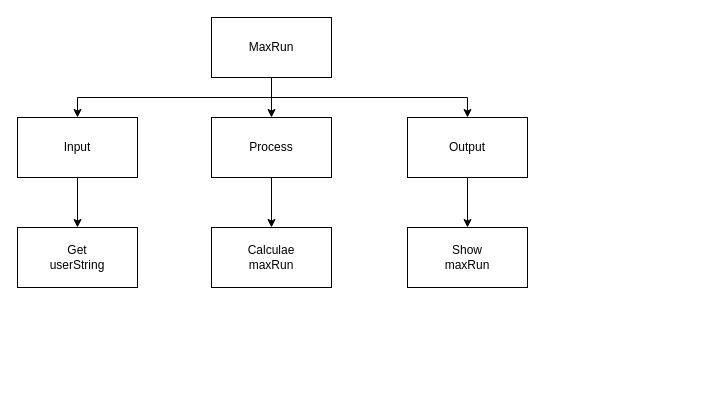
Earlier version of the draw.io diagram design/topdwon.drawio (Curtis-Edwards/ICS4U-Assignment-2-Typescript). Source tidied: cells renumbered, new cells numbered last; positions are measured from the earlier drawing's top-left corner, leaving out a move shared by most shapes. Both pictures are drawn from the tidied source at 100%, with x=0, y=0 at pixel (17, 17).
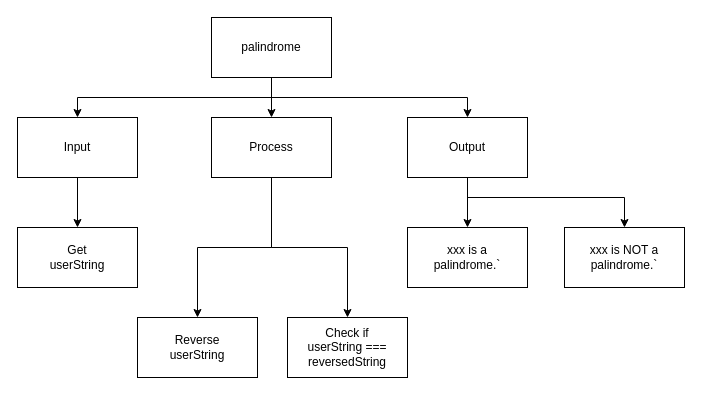
After the change.

The change refers to these unchanged cells:
```xml
<mxCell id="9" value="Process" style="rounded=0;whiteSpace=wrap;html=1;" parent="1" vertex="1">
  <mxGeometry x="194" y="100" width="120" height="60" as="geometry" />
</mxCell>
<mxCell id="11" value="Output" style="rounded=0;whiteSpace=wrap;html=1;" parent="1" vertex="1">
  <mxGeometry x="390" y="100" width="120" height="60" as="geometry" />
</mxCell>
```

The edit, as a diff of the source:
```diff
@@
-    <mxCell id="5" value="MaxRun" style="rounded=0;whiteSpace=wrap;html=1;" parent="1" vertex="1">
+    <mxCell id="5" value="palindrome" style="rounded=0;whiteSpace=wrap;html=1;" parent="1" vertex="1">
       <mxGeometry x="194" width="120" height="60" as="geometry" />
     </mxCell>
@@
+    <mxCell id="15" style="edgeStyle=orthogonalEdgeStyle;html=1;entryX=0.5;entryY=0;entryDx=0;entryDy=0;rounded=0;" parent="1" edge="1" source="9" target="17">
+      <mxGeometry relative="1" as="geometry" />
+    </mxCell>
@@
+    <mxCell id="16" style="edgeStyle=orthogonalEdgeStyle;rounded=0;html=1;entryX=0.5;entryY=0;entryDx=0;entryDy=0;" parent="1" edge="1" source="11" target="18">
+      <mxGeometry relative="1" as="geometry">
+        <Array as="points">
+          <mxPoint x="450" y="180" />
+          <mxPoint x="607" y="180" />
+        </Array>
+      </mxGeometry>
+    </mxCell>
@@
-    <mxCell id="13" value="Calculae&lt;br&gt;maxRun" style="rounded=0;whiteSpace=wrap;html=1;" parent="1" vertex="1">
-      <mxGeometry x="194" y="210" width="120" height="60" as="geometry" />
+    <mxCell id="13" value="Check if&lt;br&gt;userString === reversedString" style="rounded=0;whiteSpace=wrap;html=1;" parent="1" vertex="1">
+      <mxGeometry x="270" y="300" width="120" height="60" as="geometry" />
     </mxCell>
-    <mxCell id="14" value="Show&lt;br&gt;maxRun" style="rounded=0;whiteSpace=wrap;html=1;" parent="1" vertex="1">
+    <mxCell id="14" value="xxx is a&lt;br&gt;palindrome.`" style="rounded=0;whiteSpace=wrap;html=1;" parent="1" vertex="1">
       <mxGeometry x="390" y="210" width="120" height="60" as="geometry" />
     </mxCell>
+    <mxCell id="17" value="Reverse&lt;br&gt;userString" style="rounded=0;whiteSpace=wrap;html=1;" parent="1" vertex="1">
+      <mxGeometry x="120" y="300" width="120" height="60" as="geometry" />
+    </mxCell>
+    <mxCell id="18" value="xxx is NOT a palindrome.`" style="rounded=0;whiteSpace=wrap;html=1;" parent="1" vertex="1">
+      <mxGeometry x="547" y="210" width="120" height="60" as="geometry" />
+    </mxCell>
```
